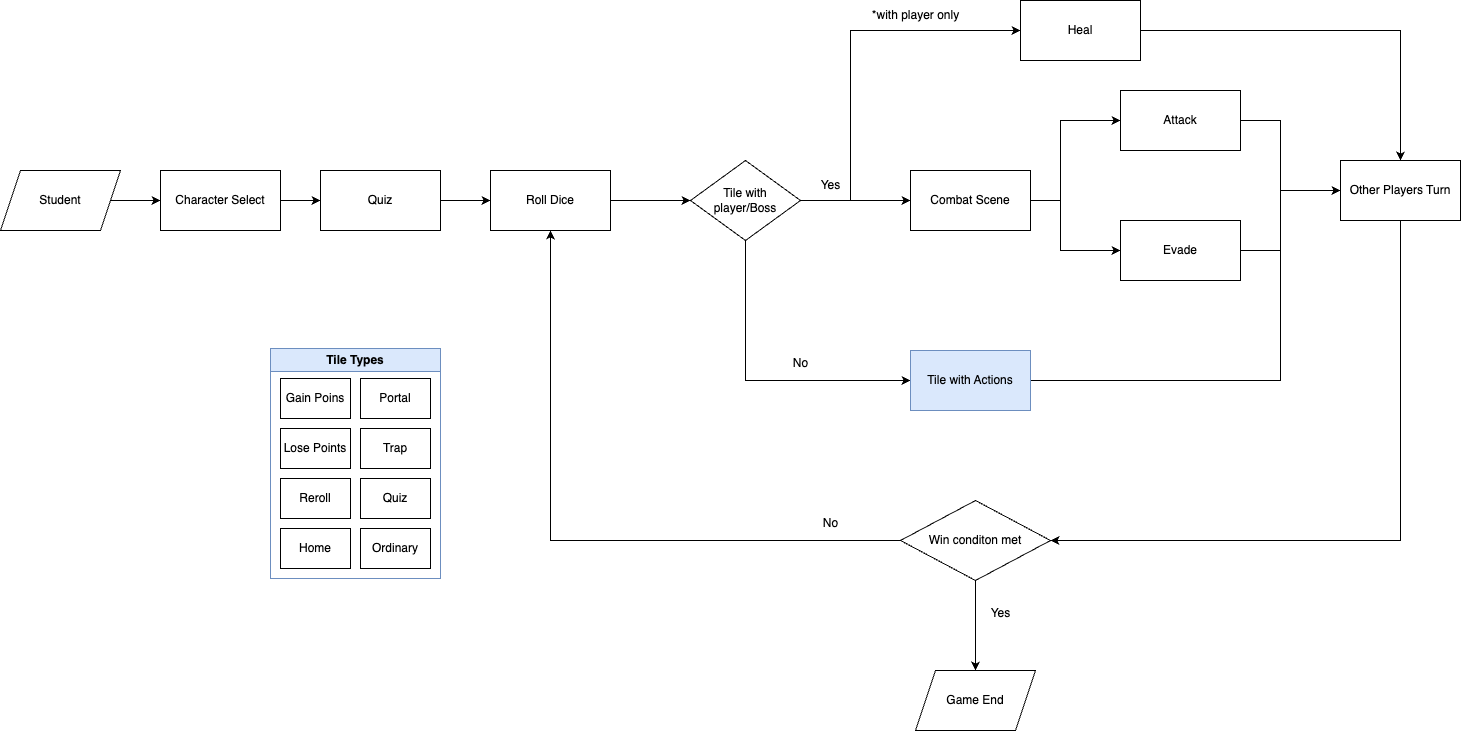
System-Engineering-Group-9/system-engineering-group-9.github.io keeps this draw.io diagram as docs/useCaseDiagram/StudentUseCase.drawio.png. Above is the earlier version. Source tidied: cells renumbered, new cells last; positions are measured from the earlier drawing's top-left corner, leaving out a move shared by most shapes. The source it was exported from:
```xml
<mxGraphModel>
  <root>
    <mxCell id="0" />
    <mxCell id="1" parent="0" />
    <mxCell id="2" style="edgeStyle=orthogonalEdgeStyle;rounded=0;jettySize=auto;html=1;entryX=0;entryY=0.5;entryDx=0;entryDy=0;exitX=1;exitY=0.5;exitDx=0;exitDy=0;" parent="1" edge="1" source="40" target="4">
      <mxGeometry relative="1" as="geometry" />
    </mxCell>
    <mxCell id="3" style="edgeStyle=orthogonalEdgeStyle;rounded=0;jettySize=auto;html=1;entryX=0;entryY=0.5;entryDx=0;entryDy=0;" parent="1" edge="1" source="4" target="6">
      <mxGeometry relative="1" as="geometry" />
    </mxCell>
    <mxCell id="4" value="Character Select" style="rounded=0;whiteSpace=wrap;html=1;" parent="1" vertex="1">
      <mxGeometry x="160" y="170" width="120" height="60" as="geometry" />
    </mxCell>
    <mxCell id="5" style="edgeStyle=orthogonalEdgeStyle;rounded=0;jettySize=auto;html=1;" parent="1" edge="1" source="6" target="8">
      <mxGeometry relative="1" as="geometry" />
    </mxCell>
    <mxCell id="6" value="Quiz" style="rounded=0;whiteSpace=wrap;html=1;" parent="1" vertex="1">
      <mxGeometry x="320" y="170" width="120" height="60" as="geometry" />
    </mxCell>
    <mxCell id="7" style="edgeStyle=orthogonalEdgeStyle;rounded=0;jettySize=auto;html=1;entryX=0;entryY=0.5;entryDx=0;entryDy=0;" parent="1" edge="1" source="8" target="14">
      <mxGeometry relative="1" as="geometry" />
    </mxCell>
    <mxCell id="8" value="Roll Dice" style="rounded=0;whiteSpace=wrap;html=1;" parent="1" vertex="1">
      <mxGeometry x="490" y="170" width="120" height="60" as="geometry" />
    </mxCell>
    <mxCell id="9" style="edgeStyle=orthogonalEdgeStyle;rounded=0;jettySize=auto;html=1;entryX=1;entryY=0.5;entryDx=0;entryDy=0;" parent="1" edge="1" source="10" target="37">
      <mxGeometry relative="1" as="geometry">
        <Array as="points">
          <mxPoint x="1400" y="540" />
        </Array>
      </mxGeometry>
    </mxCell>
    <mxCell id="10" value="Other Players Turn" style="rounded=0;whiteSpace=wrap;html=1;" parent="1" vertex="1">
      <mxGeometry x="1340" y="160" width="120" height="60" as="geometry" />
    </mxCell>
    <mxCell id="11" style="edgeStyle=orthogonalEdgeStyle;rounded=0;jettySize=auto;html=1;entryX=0;entryY=0.5;entryDx=0;entryDy=0;" parent="1" edge="1" source="14" target="24">
      <mxGeometry relative="1" as="geometry">
        <Array as="points">
          <mxPoint x="745" y="380" />
        </Array>
      </mxGeometry>
    </mxCell>
    <mxCell id="12" style="edgeStyle=orthogonalEdgeStyle;rounded=0;jettySize=auto;html=1;entryX=0;entryY=0.5;entryDx=0;entryDy=0;" parent="1" edge="1" source="14" target="17">
      <mxGeometry relative="1" as="geometry" />
    </mxCell>
    <mxCell id="13" style="edgeStyle=orthogonalEdgeStyle;rounded=0;jettySize=auto;html=1;entryX=0;entryY=0.5;entryDx=0;entryDy=0;" parent="1" edge="1" source="14" target="43">
      <mxGeometry relative="1" as="geometry">
        <Array as="points">
          <mxPoint x="850" y="200" />
          <mxPoint x="850" y="30" />
        </Array>
      </mxGeometry>
    </mxCell>
    <mxCell id="14" value="Tile with player/Boss" style="rhombus;whiteSpace=wrap;html=1;" parent="1" vertex="1">
      <mxGeometry x="690" y="160" width="110" height="80" as="geometry" />
    </mxCell>
    <mxCell id="15" style="edgeStyle=orthogonalEdgeStyle;rounded=0;jettySize=auto;html=1;" parent="1" edge="1" source="17" target="22">
      <mxGeometry relative="1" as="geometry">
        <Array as="points">
          <mxPoint x="1060" y="200" />
          <mxPoint x="1060" y="250" />
        </Array>
      </mxGeometry>
    </mxCell>
    <mxCell id="16" style="edgeStyle=orthogonalEdgeStyle;rounded=0;jettySize=auto;html=1;entryX=0;entryY=0.5;entryDx=0;entryDy=0;" parent="1" edge="1" source="17" target="20">
      <mxGeometry relative="1" as="geometry">
        <Array as="points">
          <mxPoint x="1060" y="200" />
          <mxPoint x="1060" y="120" />
        </Array>
      </mxGeometry>
    </mxCell>
    <mxCell id="17" value="Combat Scene" style="whiteSpace=wrap;html=1;" parent="1" vertex="1">
      <mxGeometry x="910" y="170" width="120" height="60" as="geometry" />
    </mxCell>
    <mxCell id="18" value="Yes" style="text;html=1;align=center;verticalAlign=middle;strokeColor=none;fillColor=none;" parent="1" vertex="1">
      <mxGeometry x="810" y="170" width="40" height="30" as="geometry" />
    </mxCell>
    <mxCell id="19" style="edgeStyle=orthogonalEdgeStyle;rounded=0;jettySize=auto;html=1;entryX=0;entryY=0.5;entryDx=0;entryDy=0;" parent="1" edge="1" source="20" target="10">
      <mxGeometry relative="1" as="geometry">
        <Array as="points">
          <mxPoint x="1280" y="120" />
          <mxPoint x="1280" y="190" />
        </Array>
      </mxGeometry>
    </mxCell>
    <mxCell id="20" value="Attack" style="whiteSpace=wrap;html=1;" parent="1" vertex="1">
      <mxGeometry x="1120" y="90" width="120" height="60" as="geometry" />
    </mxCell>
    <mxCell id="21" style="edgeStyle=orthogonalEdgeStyle;rounded=0;jettySize=auto;html=1;entryX=0;entryY=0.5;entryDx=0;entryDy=0;" parent="1" edge="1" source="22" target="10">
      <mxGeometry relative="1" as="geometry">
        <Array as="points">
          <mxPoint x="1280" y="250" />
          <mxPoint x="1280" y="190" />
        </Array>
      </mxGeometry>
    </mxCell>
    <mxCell id="22" value="Evade" style="whiteSpace=wrap;html=1;" parent="1" vertex="1">
      <mxGeometry x="1120" y="220" width="120" height="60" as="geometry" />
    </mxCell>
    <mxCell id="23" style="edgeStyle=orthogonalEdgeStyle;rounded=0;jettySize=auto;html=1;entryX=0;entryY=0.5;entryDx=0;entryDy=0;" parent="1" edge="1" source="24" target="10">
      <mxGeometry relative="1" as="geometry">
        <Array as="points">
          <mxPoint x="1280" y="380" />
          <mxPoint x="1280" y="190" />
        </Array>
      </mxGeometry>
    </mxCell>
    <mxCell id="24" value="Tile with Actions" style="rounded=0;whiteSpace=wrap;html=1;fillColor=#dae8fc;strokeColor=#6c8ebf;" parent="1" vertex="1">
      <mxGeometry x="910" y="350" width="120" height="60" as="geometry" />
    </mxCell>
    <mxCell id="25" value="No" style="text;html=1;align=center;verticalAlign=middle;strokeColor=none;fillColor=none;" parent="1" vertex="1">
      <mxGeometry x="780" y="348" width="40" height="30" as="geometry" />
    </mxCell>
    <mxCell id="26" value="Tile Types" style="swimlane;whiteSpace=wrap;html=1;fillColor=#dae8fc;strokeColor=#6c8ebf;" parent="1" vertex="1">
      <mxGeometry x="270" y="348" width="170" height="230" as="geometry" />
    </mxCell>
    <mxCell id="27" value="Gain Poins&lt;span style=&quot;color: rgba(0, 0, 0, 0); font-family: monospace; font-size: 0px; text-align: start; text-wrap-mode: nowrap;&quot;&gt;%3CmxGraphModel%3E%3Croot%3E%3CmxCell%20id%3D%220%22%2F%3E%3CmxCell%20id%3D%221%22%20parent%3D%220%22%2F%3E%3CmxCell%20id%3D%222%22%20value%3D%22Quiz%20Tile%22%20style%3D%22rounded%3D0%3BwhiteSpace%3Dwrap%3Bhtml%3D1%3B%22%20vertex%3D%221%22%20parent%3D%221%22%3E%3CmxGeometry%20x%3D%22800%22%20y%3D%22590%22%20width%3D%22120%22%20height%3D%2260%22%20as%3D%22geometry%22%2F%3E%3C%2FmxCell%3E%3C%2Froot%3E%3C%2FmxGraphModel%3E&lt;/span&gt;" style="rounded=0;whiteSpace=wrap;html=1;" parent="26" vertex="1">
      <mxGeometry x="10" y="30" width="70" height="40" as="geometry" />
    </mxCell>
    <mxCell id="28" value="Lose Points" style="rounded=0;whiteSpace=wrap;html=1;" parent="26" vertex="1">
      <mxGeometry x="10" y="80" width="70" height="40" as="geometry" />
    </mxCell>
    <mxCell id="29" value="Reroll&lt;span style=&quot;color: rgba(0, 0, 0, 0); font-family: monospace; font-size: 0px; text-align: start; text-wrap-mode: nowrap;&quot;&gt;%3CmxGraphModel%3E%3Croot%3E%3CmxCell%20id%3D%220%22%2F%3E%3CmxCell%20id%3D%221%22%20parent%3D%220%22%2F%3E%3CmxCell%20id%3D%222%22%20value%3D%22Gain%20Poins%26lt%3Bspan%20style%3D%26quot%3Bcolor%3A%20rgba(0%2C%200%2C%200%2C%200)%3B%20font-family%3A%20monospace%3B%20font-size%3A%200px%3B%20text-align%3A%20start%3B%20text-wrap-mode%3A%20nowrap%3B%26quot%3B%26gt%3B%253CmxGraphModel%253E%253Croot%253E%253CmxCell%2520id%253D%25220%2522%252F%253E%253CmxCell%2520id%253D%25221%2522%2520parent%253D%25220%2522%252F%253E%253CmxCell%2520id%253D%25222%2522%2520value%253D%2522Quiz%2520Tile%2522%2520style%253D%2522rounded%253D0%253BwhiteSpace%253Dwrap%253Bhtml%253D1%253B%2522%2520vertex%253D%25221%2522%2520parent%253D%25221%2522%253E%253CmxGeometry%2520x%253D%2522800%2522%2520y%253D%2522590%2522%2520width%253D%2522120%2522%2520height%253D%252260%2522%2520as%253D%2522geometry%2522%252F%253E%253C%252FmxCell%253E%253C%252Froot%253E%253C%252FmxGraphModel%253E%26lt%3B%2Fspan%26gt%3B%22%20style%3D%22rounded%3D0%3BwhiteSpace%3Dwrap%3Bhtml%3D1%3B%22%20vertex%3D%221%22%20parent%3D%221%22%3E%3CmxGeometry%20x%3D%22590%22%20y%3D%22500%22%20width%3D%2270%22%20height%3D%2240%22%20as%3D%22geometry%22%2F%3E%3C%2FmxCell%3E%3C%2Froot%3E%3C%2FmxGraphModel%3E&lt;/span&gt;" style="rounded=0;whiteSpace=wrap;html=1;" parent="26" vertex="1">
      <mxGeometry x="10" y="130" width="70" height="40" as="geometry" />
    </mxCell>
    <mxCell id="30" value="Portal" style="rounded=0;whiteSpace=wrap;html=1;" parent="26" vertex="1">
      <mxGeometry x="90" y="30" width="70" height="40" as="geometry" />
    </mxCell>
    <mxCell id="31" value="Trap" style="rounded=0;whiteSpace=wrap;html=1;" parent="26" vertex="1">
      <mxGeometry x="90" y="80" width="70" height="40" as="geometry" />
    </mxCell>
    <mxCell id="32" value="Quiz" style="rounded=0;whiteSpace=wrap;html=1;" parent="26" vertex="1">
      <mxGeometry x="90" y="130" width="70" height="40" as="geometry" />
    </mxCell>
    <mxCell id="33" value="Home" style="rounded=0;whiteSpace=wrap;html=1;" parent="26" vertex="1">
      <mxGeometry x="10" y="180" width="70" height="40" as="geometry" />
    </mxCell>
    <mxCell id="34" value="Ordinary" style="rounded=0;whiteSpace=wrap;html=1;" parent="26" vertex="1">
      <mxGeometry x="90" y="180" width="70" height="40" as="geometry" />
    </mxCell>
    <mxCell id="35" style="edgeStyle=orthogonalEdgeStyle;rounded=0;jettySize=auto;html=1;entryX=0.5;entryY=1;entryDx=0;entryDy=0;" parent="1" edge="1" source="37" target="8">
      <mxGeometry relative="1" as="geometry" />
    </mxCell>
    <mxCell id="36" style="edgeStyle=orthogonalEdgeStyle;rounded=0;jettySize=auto;html=1;" parent="1" edge="1" source="37">
      <mxGeometry relative="1" as="geometry">
        <mxPoint x="975" y="670" as="targetPoint" />
      </mxGeometry>
    </mxCell>
    <mxCell id="37" value="Win conditon met" style="rhombus;whiteSpace=wrap;html=1;" parent="1" vertex="1">
      <mxGeometry x="900" y="500" width="150" height="80" as="geometry" />
    </mxCell>
    <mxCell id="38" value="No" style="text;html=1;align=center;verticalAlign=middle;strokeColor=none;fillColor=none;" parent="1" vertex="1">
      <mxGeometry x="810" y="508" width="40" height="30" as="geometry" />
    </mxCell>
    <mxCell id="39" value="Yes" style="text;html=1;align=center;verticalAlign=middle;strokeColor=none;fillColor=none;" parent="1" vertex="1">
      <mxGeometry x="980" y="598" width="40" height="30" as="geometry" />
    </mxCell>
    <mxCell id="40" value="Student" style="shape=parallelogram;perimeter=parallelogramPerimeter;whiteSpace=wrap;html=1;fixedSize=1;" parent="1" vertex="1">
      <mxGeometry y="170" width="120" height="60" as="geometry" />
    </mxCell>
    <mxCell id="41" value="Game End" style="shape=parallelogram;perimeter=parallelogramPerimeter;whiteSpace=wrap;html=1;fixedSize=1;" parent="1" vertex="1">
      <mxGeometry x="915" y="670" width="120" height="60" as="geometry" />
    </mxCell>
    <mxCell id="42" style="edgeStyle=orthogonalEdgeStyle;rounded=0;jettySize=auto;html=1;" parent="1" edge="1" source="43" target="10">
      <mxGeometry relative="1" as="geometry" />
    </mxCell>
    <mxCell id="43" value="Heal" style="rounded=0;whiteSpace=wrap;html=1;" parent="1" vertex="1">
      <mxGeometry x="1020" width="120" height="60" as="geometry" />
    </mxCell>
    <mxCell id="44" value="*with player only" style="text;html=1;align=center;verticalAlign=middle;strokeColor=none;fillColor=none;" parent="1" vertex="1">
      <mxGeometry x="860" width="110" height="30" as="geometry" />
    </mxCell>
  </root>
</mxGraphModel>
```
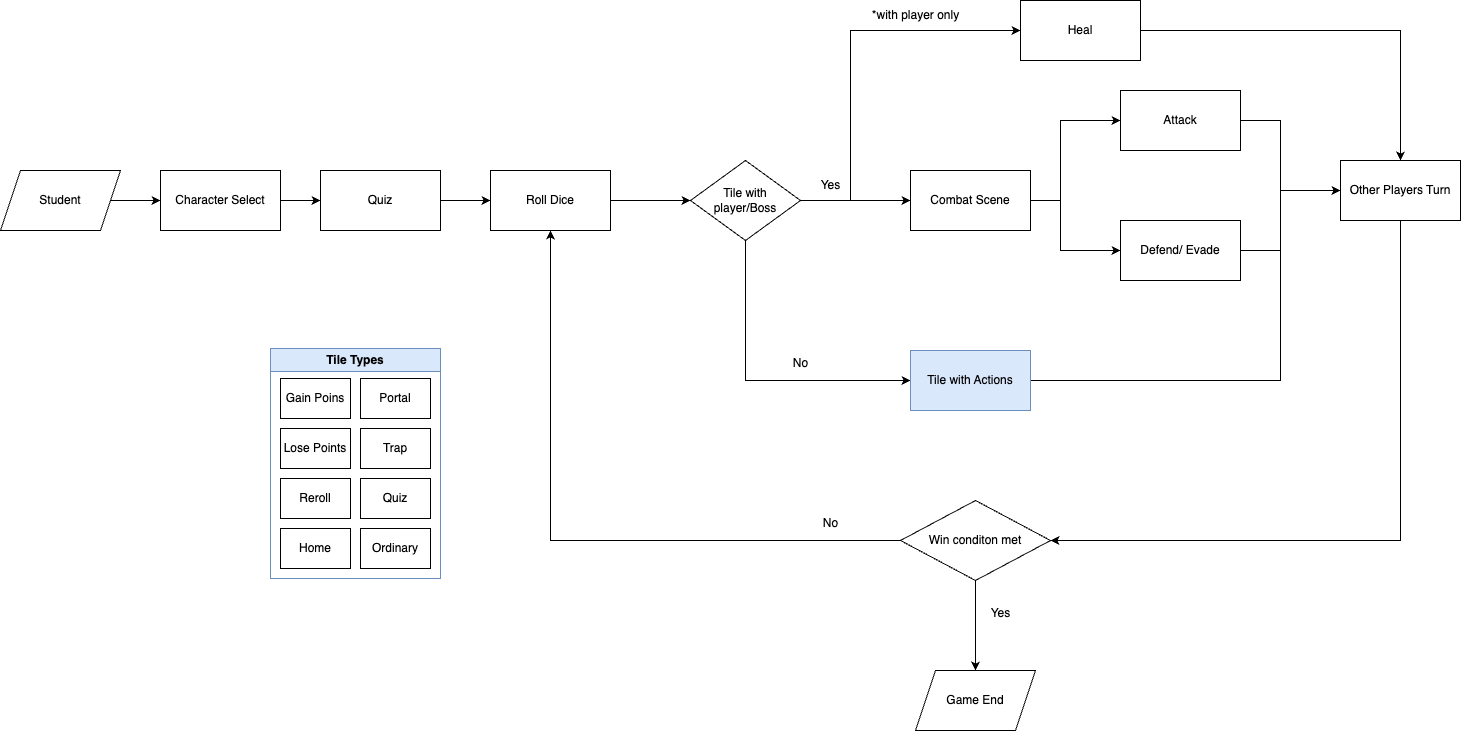
Later version of the same file.

The edit, as a diff of the source:
```diff
@@ -95,7 +95,7 @@
         </Array>
       </mxGeometry>
     </mxCell>
-    <mxCell id="22" value="Evade" style="whiteSpace=wrap;html=1;" parent="1" vertex="1">
+    <mxCell id="22" value="Defend/ Evade" style="whiteSpace=wrap;html=1;" parent="1" vertex="1">
       <mxGeometry x="1120" y="220" width="120" height="60" as="geometry" />
     </mxCell>
     <mxCell id="23" style="edgeStyle=orthogonalEdgeStyle;rounded=0;jettySize=auto;html=1;entryX=0;entryY=0.5;entryDx=0;entryDy=0;" parent="1" edge="1" source="24" target="10">
```
